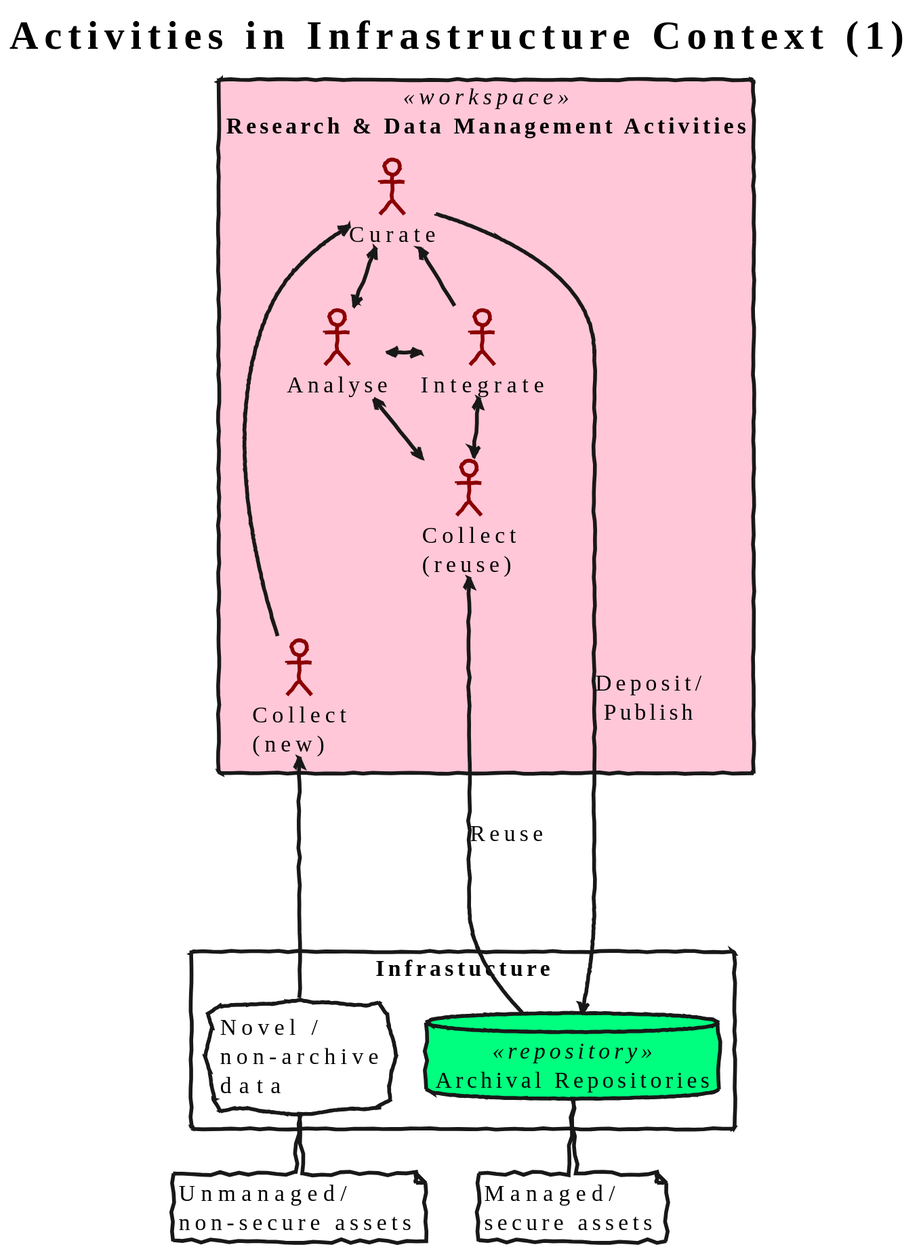
Above: model/model-overview-1.svg in ptsefton/cdl-diagrams (PlantUML), before the change.
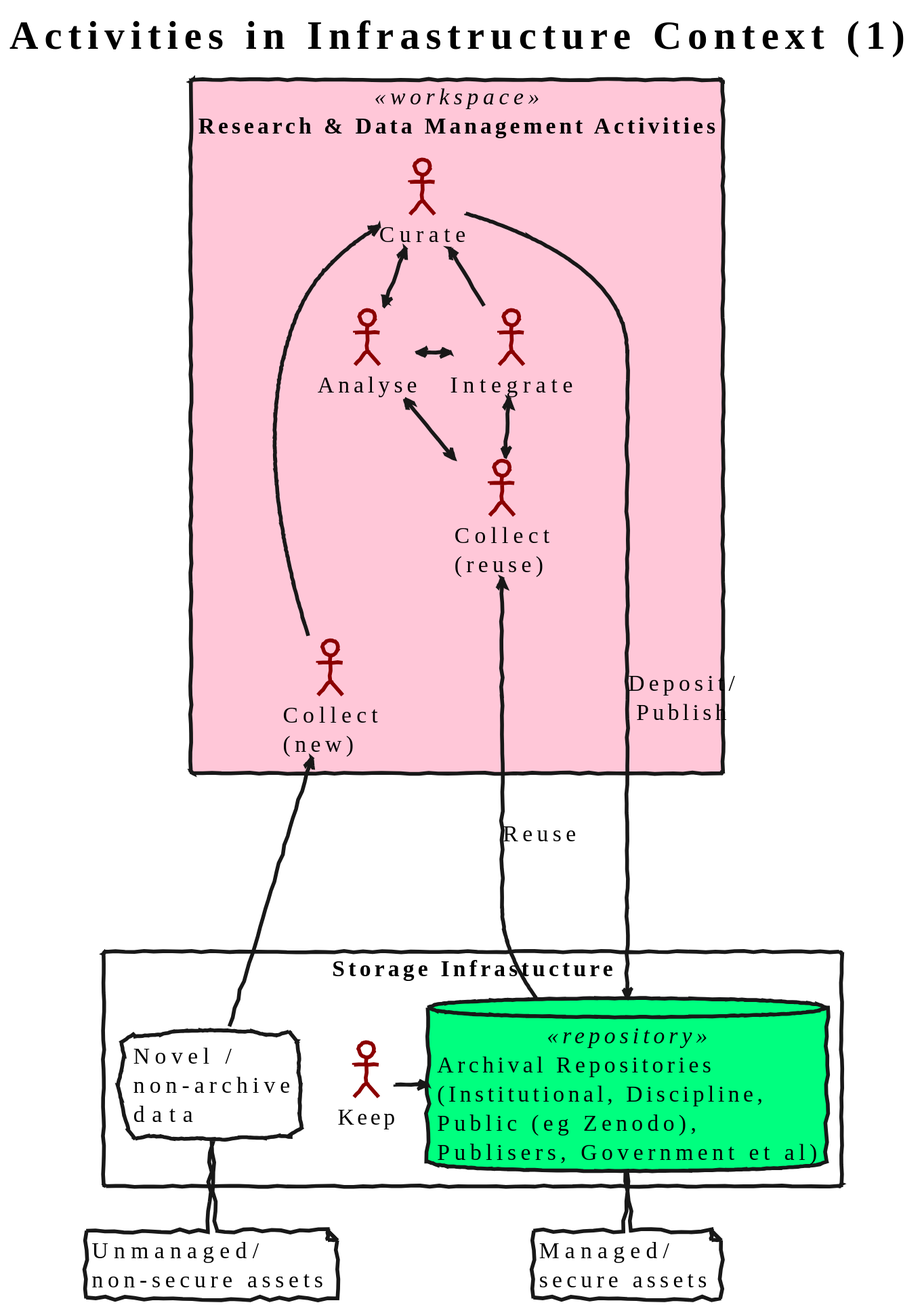
Above is the later version.

Commit message:
Adding new terms freed from the SAFE model  for revamped reference model

Diff of the diagram source:
```diff
@@ -23,17 +23,19 @@
 
 
 
-rectangle "Infrastucture" as infrastructure {
+rectangle "Storage Infrastucture" as infrastructure {
     cloud "Novel /\nnon-archive\ndata" as new
 
- database "Archival Repositories" as repo <<repository>> {
+ database "Archival Repositories\n(Institutional, Discipline,\nPublic (eg Zenodo),\nPublisers, Government et al)" as repo <<repository>> {
+
  }
+  actor "Keep" as keep
 }
 
 coll <--down-- new
 repo --up--> colr : Reuse
 cur --down-> repo : Deposit/\nPublish
-
+keep -> repo
 note bottom of repo: Managed/\nsecure assets
 note bottom of new: Unmanaged/\nnon-secure assets
 @enduml
```
